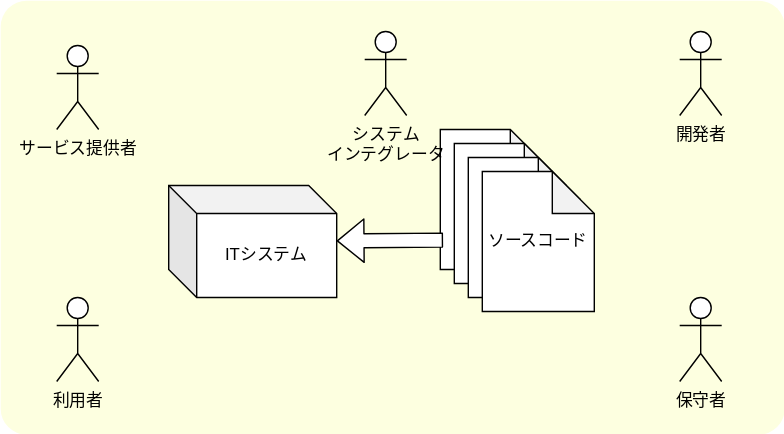
Earlier version of the draw.io export docs/assets/img/emotional_public-property_property_model.drawio.svg (kazumatu981/yomiyasu). Source tidied: cells renumbered, new cells last; positions are measured from the earlier drawing's top-left corner, leaving out a move shared by most shapes. Its diagram source:
```xml
<mxGraphModel>
  <root>
    <mxCell id="0" />
    <mxCell id="1" value="背景" parent="0" />
    <mxCell id="2" style="rounded=1;whiteSpace=wrap;html=1;arcSize=6;strokeColor=none;fillColor=#FDFFE0;" parent="1" vertex="1">
      <mxGeometry width="560" height="310" as="geometry" />
    </mxCell>
    <mxCell id="3" value="画像" parent="0" />
    <mxCell id="4" value="サービス提供者" style="shape=umlActor;verticalLabelPosition=bottom;verticalAlign=top;html=1;" parent="3" vertex="1">
      <mxGeometry x="40" y="32" width="30" height="60" as="geometry" />
    </mxCell>
    <mxCell id="5" value="利用者" style="shape=umlActor;verticalLabelPosition=bottom;verticalAlign=top;html=1;" parent="3" vertex="1">
      <mxGeometry x="40" y="212" width="30" height="60" as="geometry" />
    </mxCell>
    <mxCell id="6" value="ITシステム" style="shape=cube;whiteSpace=wrap;html=1;boundedLbl=1;backgroundOutline=1;darkOpacity=0.05;darkOpacity2=0.1;" parent="3" vertex="1">
      <mxGeometry x="120" y="132" width="120" height="80" as="geometry" />
    </mxCell>
    <mxCell id="7" style="group;" parent="3" vertex="1">
      <mxGeometry x="314" y="92" width="110" height="130" as="geometry" />
    </mxCell>
    <mxCell id="8" style="shape=note;whiteSpace=wrap;html=1;backgroundOutline=1;darkOpacity=0.05;" parent="7" vertex="1">
      <mxGeometry width="80" height="100" as="geometry" />
    </mxCell>
    <mxCell id="9" style="shape=note;whiteSpace=wrap;html=1;backgroundOutline=1;darkOpacity=0.05;" parent="7" vertex="1">
      <mxGeometry x="10" y="10" width="80" height="100" as="geometry" />
    </mxCell>
    <mxCell id="10" style="shape=note;whiteSpace=wrap;html=1;backgroundOutline=1;darkOpacity=0.05;" parent="7" vertex="1">
      <mxGeometry x="20" y="20" width="80" height="100" as="geometry" />
    </mxCell>
    <mxCell id="11" value="ソースコード" style="shape=note;whiteSpace=wrap;html=1;backgroundOutline=1;darkOpacity=0.05;" parent="7" vertex="1">
      <mxGeometry x="30" y="30" width="80" height="100" as="geometry" />
    </mxCell>
    <mxCell id="12" style="edgeStyle=none;html=1;shape=flexArrow;exitX=0.025;exitY=0.79;exitDx=0;exitDy=0;exitPerimeter=0;fillColor=#FFFFFF;" parent="3" edge="1" source="8" target="6">
      <mxGeometry relative="1" as="geometry" />
    </mxCell>
    <mxCell id="13" value="システム&lt;div&gt;インテグレータ&lt;/div&gt;" style="shape=umlActor;verticalLabelPosition=bottom;verticalAlign=top;html=1;outlineConnect=0;" parent="3" vertex="1">
      <mxGeometry x="260" y="22" width="30" height="60" as="geometry" />
    </mxCell>
    <mxCell id="14" value="開発者" style="shape=umlActor;verticalLabelPosition=bottom;verticalAlign=top;html=1;" parent="3" vertex="1">
      <mxGeometry x="485" y="22" width="30" height="60" as="geometry" />
    </mxCell>
    <mxCell id="15" value="保守者" style="shape=umlActor;verticalLabelPosition=bottom;verticalAlign=top;html=1;" parent="3" vertex="1">
      <mxGeometry x="485" y="212" width="30" height="60" as="geometry" />
    </mxCell>
  </root>
</mxGraphModel>
```
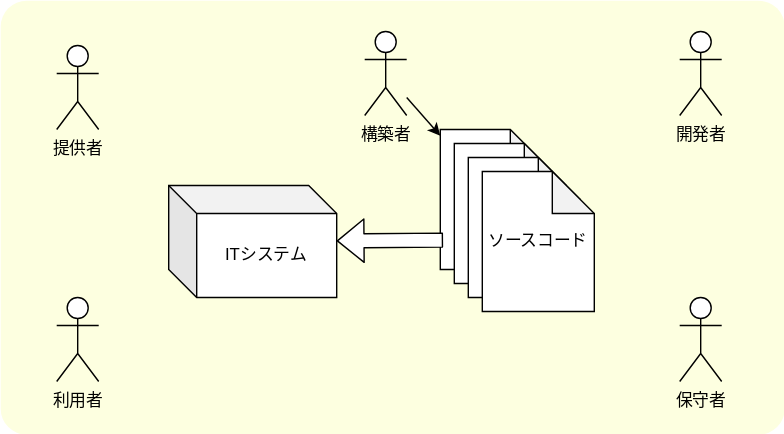
The same file after the commit.

Commit message:
「コードの所有者モデル」の説明を改善し、用語を「サービス提供者」から「提供者」に変更しました。また、システムインテグレータの表現を「構築者」に修正し、具体的な例を追加しました。SVG図の内容も更新しました。

What changed in the source:
```diff
@@ -6,7 +6,7 @@
       <mxGeometry width="560" height="310" as="geometry" />
     </mxCell>
     <mxCell id="3" value="画像" parent="0" />
-    <mxCell id="4" value="サービス提供者" style="shape=umlActor;verticalLabelPosition=bottom;verticalAlign=top;html=1;" parent="3" vertex="1">
+    <mxCell id="4" value="提供者" style="shape=umlActor;verticalLabelPosition=bottom;verticalAlign=top;html=1;" parent="3" vertex="1">
       <mxGeometry x="40" y="32" width="30" height="60" as="geometry" />
     </mxCell>
     <mxCell id="5" value="利用者" style="shape=umlActor;verticalLabelPosition=bottom;verticalAlign=top;html=1;" parent="3" vertex="1">
@@ -33,7 +33,10 @@
     <mxCell id="12" style="edgeStyle=none;html=1;shape=flexArrow;exitX=0.025;exitY=0.79;exitDx=0;exitDy=0;exitPerimeter=0;fillColor=#FFFFFF;" parent="3" edge="1" source="8" target="6">
       <mxGeometry relative="1" as="geometry" />
     </mxCell>
+    <mxCell id="16" style="edgeStyle=none;html=1;" parent="3" edge="1" source="13" target="8">
+      <mxGeometry relative="1" as="geometry" />
+    </mxCell>
-    <mxCell id="13" value="システム&lt;div&gt;インテグレータ&lt;/div&gt;" style="shape=umlActor;verticalLabelPosition=bottom;verticalAlign=top;html=1;outlineConnect=0;" parent="3" vertex="1">
+    <mxCell id="13" value="構築者" style="shape=umlActor;verticalLabelPosition=bottom;verticalAlign=top;html=1;outlineConnect=0;" parent="3" vertex="1">
       <mxGeometry x="260" y="22" width="30" height="60" as="geometry" />
     </mxCell>
     <mxCell id="14" value="開発者" style="shape=umlActor;verticalLabelPosition=bottom;verticalAlign=top;html=1;" parent="3" vertex="1">
```
